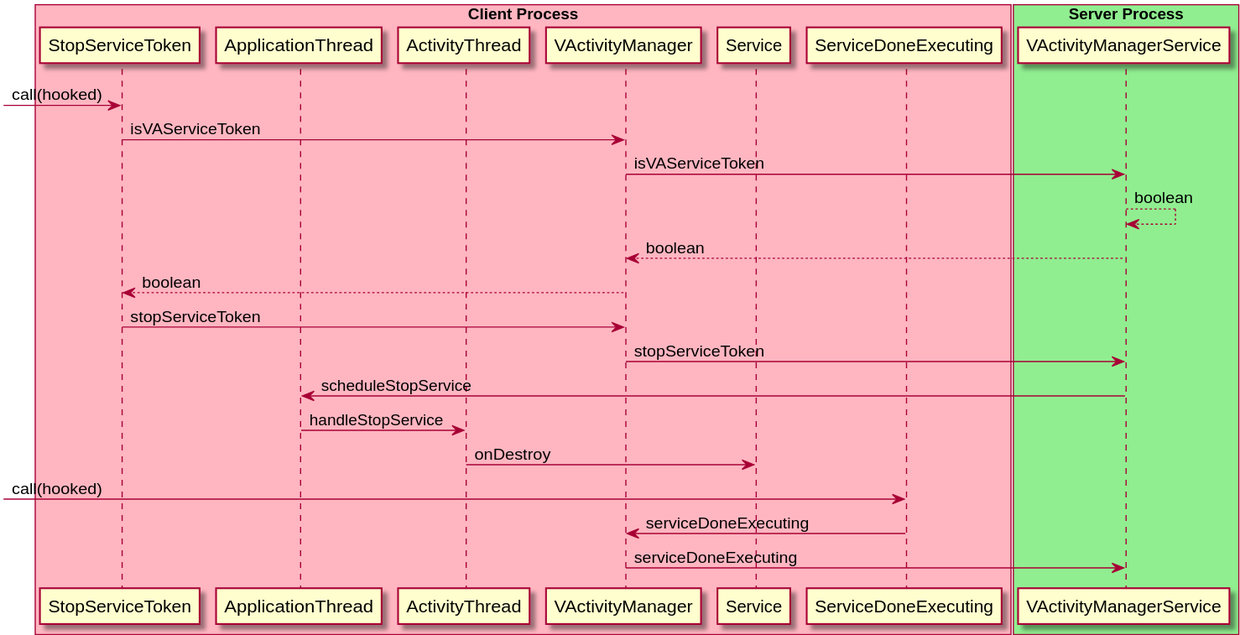
The PlantUML diagram VirtualApp/stopServiceToken.svg in skyoung09/VirtualApp, before a commit. The source it was exported from:
```plantuml
@startuml
box "Client Process" #LightPink
participant StopServiceToken
participant ApplicationThread
participant ActivityThread
participant VActivityManager
participant Service
participant ServiceDoneExecuting
end box

box "Server Process" #LightGreen
participant VActivityManagerService
end box

-> StopServiceToken: call(hooked)
StopServiceToken -> VActivityManager: isVAServiceToken
VActivityManager -> VActivityManagerService : isVAServiceToken
VActivityManagerService --> VActivityManagerService: boolean
VActivityManagerService --> VActivityManager: boolean
VActivityManager --> StopServiceToken: boolean
StopServiceToken -> VActivityManager: stopServiceToken
VActivityManager -> VActivityManagerService : stopServiceToken
VActivityManagerService -> ApplicationThread: scheduleStopService
ApplicationThread -> ActivityThread: handleStopService
ActivityThread -> Service: onDestroy
-> ServiceDoneExecuting: call(hooked)
ServiceDoneExecuting -> VActivityManager: serviceDoneExecuting
VActivityManager -> VActivityManagerService: serviceDoneExecuting
@enduml
```
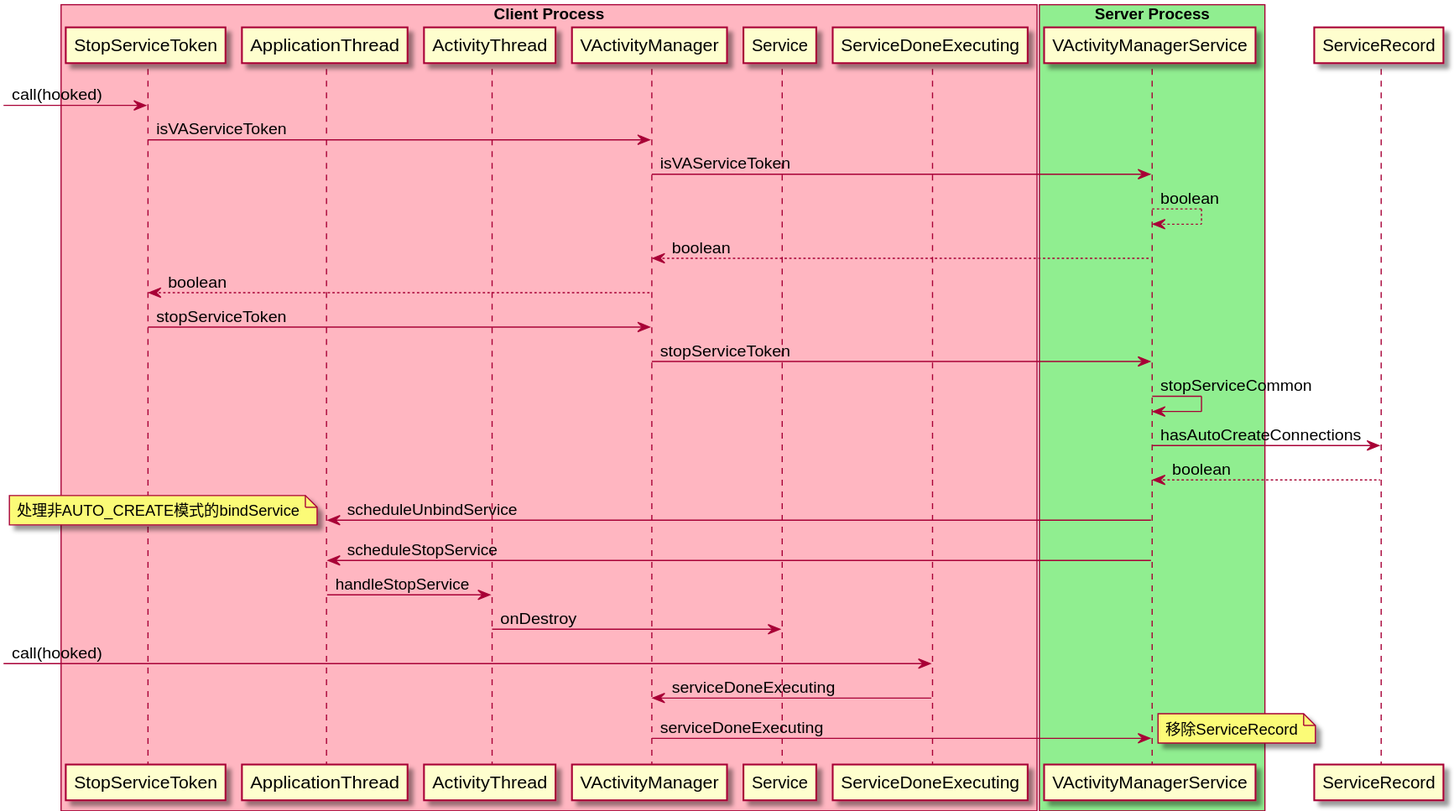
Above is the later version.

Diff of the diagram source:
```diff
@@ -20,10 +20,20 @@
 VActivityManager --> StopServiceToken: boolean
 StopServiceToken -> VActivityManager: stopServiceToken
 VActivityManager -> VActivityManagerService : stopServiceToken
+VActivityManagerService -> VActivityManagerService: stopServiceCommon
+VActivityManagerService -> ServiceRecord: hasAutoCreateConnections
+ServiceRecord --> VActivityManagerService: boolean
+VActivityManagerService -> ApplicationThread: scheduleUnbindService
+note left
+处理非AUTO_CREATE模式的bindService
+end note
 VActivityManagerService -> ApplicationThread: scheduleStopService
 ApplicationThread -> ActivityThread: handleStopService
 ActivityThread -> Service: onDestroy
 -> ServiceDoneExecuting: call(hooked)
 ServiceDoneExecuting -> VActivityManager: serviceDoneExecuting
 VActivityManager -> VActivityManagerService: serviceDoneExecuting
+note right
+移除ServiceRecord
+end note
 @enduml
```
